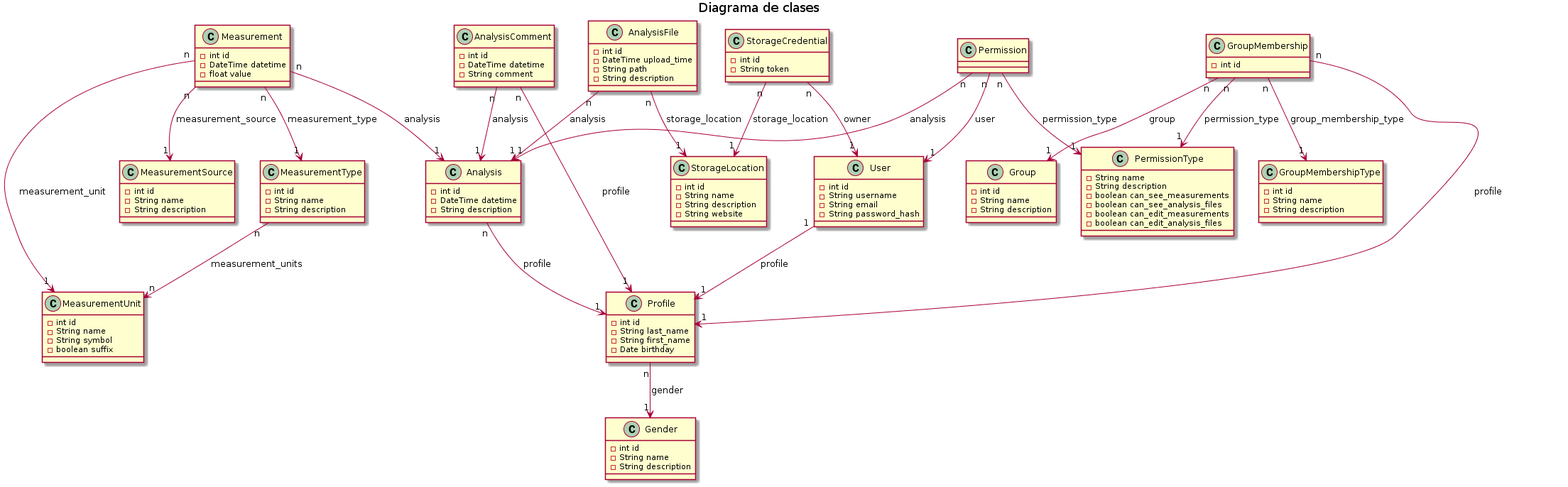
This is uml/diagramaClases.png from yaninagm/doc, a PlantUML export, as it was before one commit. Its diagram source:
```plantuml
@startuml diagramaClases.png

title Diagrama de clases

class Gender {
    -int id
    -String name
    -String description
}

class Measurement {
    -int id
    -DateTime datetime
    -float value
}

class MeasurementUnit {
    -int id
    -String name
    -String symbol
    -boolean suffix
}

class MeasurementType {
    -int id
    -String name
    -String description
}

class MeasurementSource {
    -int id
    -String name
    -String description
}

class Profile {
    -int id
    -String last_name
    -String first_name
    -Date birthday
}

class User {
    -int id
    -String username
    -String email
    -String password_hash
}

class Analysis {
    -int id
    -DateTime datetime
    -String description
}

class AnalysisFile {
    -int id
    -DateTime upload_time
    -String path
    -String description
}

class Permission {
}

class PermissionType {
    -String name
    -String description
    -boolean can_see_measurements
    -boolean can_see_analysis_files
    -boolean can_edit_measurements
    -boolean can_edit_analysis_files
}

class StorageLocation {
    -int id
    -String name
    -String description
    -String website
}

class StorageCredential {
    -int id
    -String token
}

class AnalysisComment {
    -int id
    -DateTime datetime
    -String comment
}

class Group {
    -int id
    -String name
    -String description
}

class GroupMembership {
    -int id
}

class GroupMembershipType {
    -int id
    -String name
    -String description
}


Measurement "n" --> "1" MeasurementUnit : measurement_unit
Measurement "n" --> "1" MeasurementType : measurement_type
Measurement "n" --> "1" MeasurementSource : measurement_source
Measurement "n" --> "1" Analysis : analysis

MeasurementType "n" --> "n" MeasurementUnit : measurement_units

Profile "n" --> "1" Gender : gender

User "1" --> "1" Profile : profile

AnalysisFile "n" --> "1" Analysis : analysis
AnalysisFile "n" --> "1" StorageLocation : storage_location
Analysis "n" --> "1" Profile : profile

AnalysisComment "n" --> "1" Analysis : "analysis"
AnalysisComment "n" --> "1" Profile : "profile"

Permission "n" --> "1" Analysis : analysis
Permission "n" --> "1" PermissionType : permission_type
Permission "n" --> "1" User : user

StorageCredential "n" --> "1" User : owner
StorageCredential "n" --> "1" StorageLocation : storage_location

GroupMembership "n" --> "1" Group : group
GroupMembership "n" --> "1" GroupMembershipType : group_membership_type
GroupMembership "n" --> "1" Profile : profile
GroupMembership "n" --> "1" PermissionType : permission_type

@enduml
```
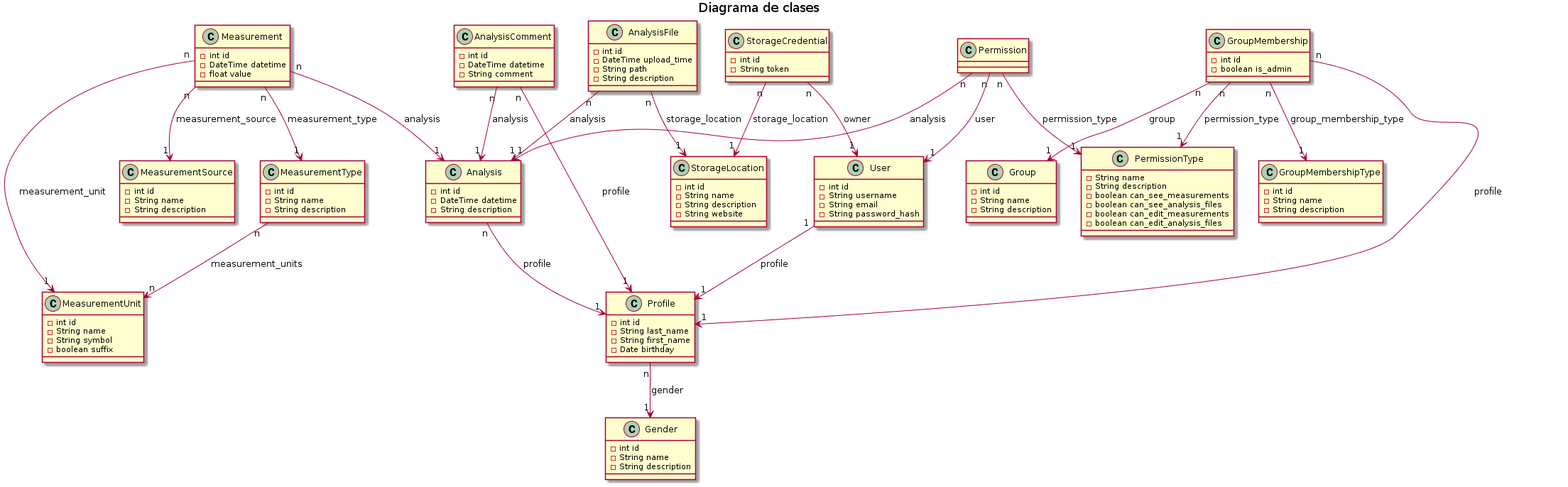
After the commit.

Commit message:
Incorporación de atributo 'is_admin' en GroupMembership

What changed in the source:
```diff
@@ -98,6 +98,7 @@
 
 class GroupMembership {
     -int id
+    -boolean is_admin
 }
 
 class GroupMembershipType {
```
